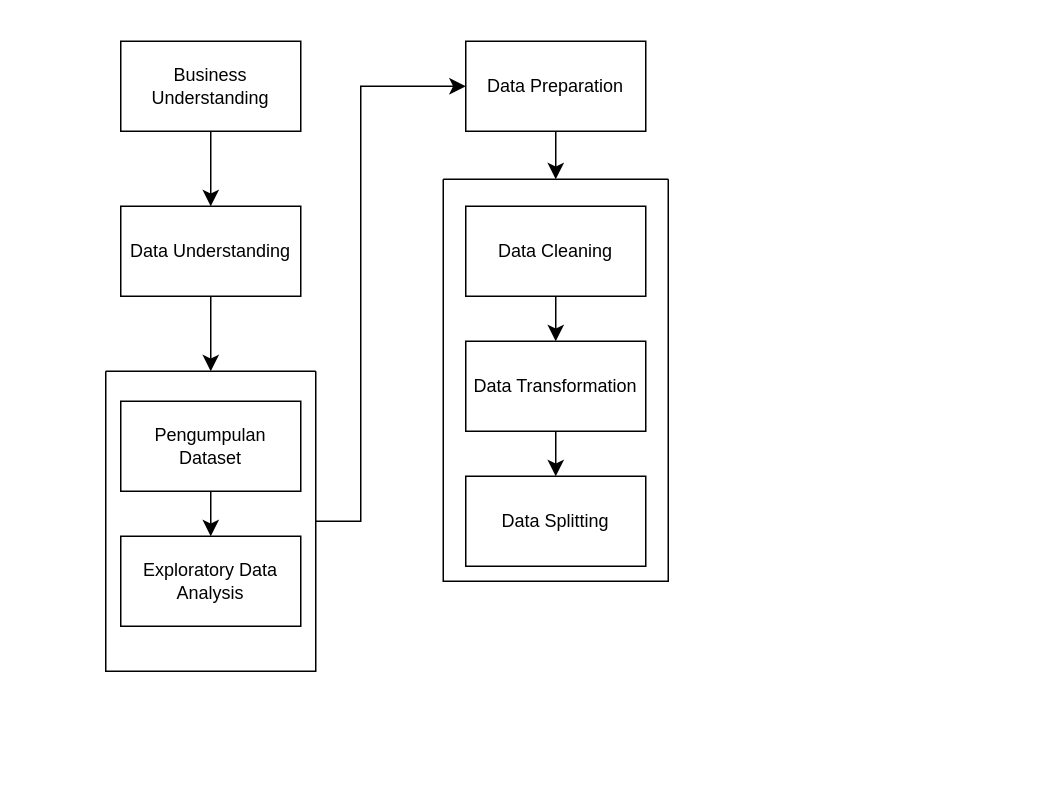
Above: Untitled Diagram.drawio in sleepygirlleen/Final-Project (draw.io), before the change. Source tidied: cells renumbered, new cells numbered last; positions are measured from the earlier drawing's top-left corner, leaving out a move shared by most shapes. Both pictures are drawn from the tidied source at 150%, with x=0, y=0 at pixel (105, 40).
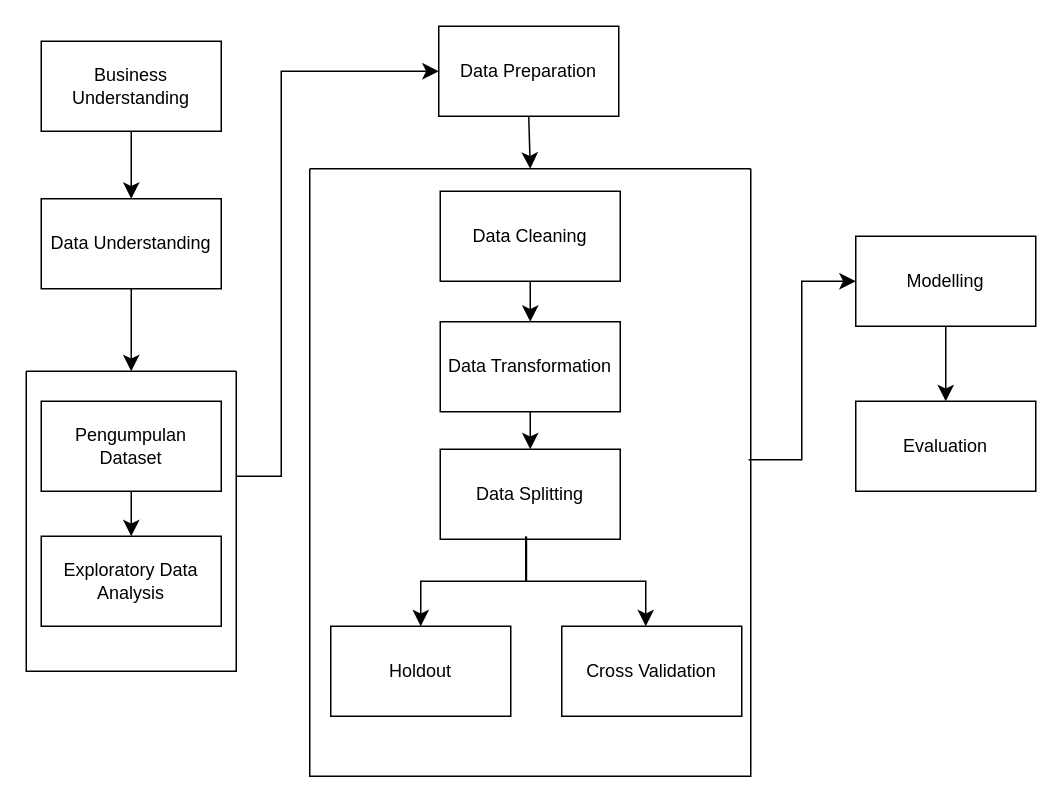
After the change.

The edit, as a diff of the source:
```diff
@@
     <mxCell id="3" value="Business Understanding" style="rounded=0;whiteSpace=wrap;html=1;" parent="1" vertex="1">
-      <mxGeometry x="10" width="120" height="60" as="geometry" />
+      <mxGeometry x="-43" width="120" height="60" as="geometry" />
     </mxCell>
@@
     <mxCell id="5" value="Data Understanding" style="rounded=0;whiteSpace=wrap;html=1;" parent="1" vertex="1">
-      <mxGeometry x="10" y="110" width="120" height="60" as="geometry" />
+      <mxGeometry x="-43" y="105" width="120" height="60" as="geometry" />
     </mxCell>
     <mxCell id="6" style="swimlane;startSize=0;" parent="1" vertex="1">
-      <mxGeometry y="220" width="140" height="200" as="geometry" />
+      <mxGeometry x="-53" y="220" width="140" height="200" as="geometry" />
     </mxCell>
@@
     <mxCell id="10" value="Data Preparation" style="rounded=0;whiteSpace=wrap;html=1;" parent="1" vertex="1">
-      <mxGeometry x="240" width="120" height="60" as="geometry" />
+      <mxGeometry x="222" y="-10" width="120" height="60" as="geometry" />
     </mxCell>
     <mxCell id="11" style="swimlane;startSize=0;" parent="1" vertex="1">
-      <mxGeometry x="225" y="92" width="150" height="268" as="geometry" />
+      <mxGeometry x="136" y="85" width="294" height="405" as="geometry" />
     </mxCell>
+    <mxCell id="19" value="Holdout" style="rounded=0;whiteSpace=wrap;html=1;" parent="11" vertex="1">
+      <mxGeometry x="14" y="305" width="120" height="60" as="geometry" />
+    </mxCell>
@@
     <mxCell id="13" value="Data Cleaning" style="rounded=0;whiteSpace=wrap;html=1;" parent="11" vertex="1">
-      <mxGeometry x="15" y="18" width="120" height="60" as="geometry" />
+      <mxGeometry x="87" y="15" width="120" height="60" as="geometry" />
     </mxCell>
@@
     <mxCell id="15" value="Data Transformation" style="rounded=0;whiteSpace=wrap;html=1;" parent="11" vertex="1">
-      <mxGeometry x="15" y="108" width="120" height="60" as="geometry" />
+      <mxGeometry x="87" y="102" width="120" height="60" as="geometry" />
     </mxCell>
     <mxCell id="16" value="Data Splitting" style="rounded=0;whiteSpace=wrap;html=1;" parent="11" vertex="1">
-      <mxGeometry x="15" y="198" width="120" height="60" as="geometry" />
+      <mxGeometry x="87" y="187" width="120" height="60" as="geometry" />
     </mxCell>
+    <mxCell id="20" value="Cross Validation" style="rounded=0;whiteSpace=wrap;html=1;" parent="11" vertex="1">
+      <mxGeometry x="168" y="305" width="120" height="60" as="geometry" />
+    </mxCell>
+    <mxCell id="21" style="edgeStyle=segmentEdgeStyle;endArrow=classic;html=1;curved=0;rounded=0;endSize=8;startSize=8;fontSize=12;entryX=0.5;entryY=0;entryDx=0;entryDy=0;" parent="11" edge="1" target="19">
+      <mxGeometry relative="1" as="geometry">
+        <mxPoint x="144" y="245" as="sourcePoint" />
+        <Array as="points">
+          <mxPoint x="144" y="275" />
+          <mxPoint x="74" y="275" />
+        </Array>
+      </mxGeometry>
+    </mxCell>
-    <mxCell id="17" style="edgeStyle=elbowEdgeStyle;elbow=horizontal;endArrow=classic;html=1;curved=0;rounded=0;endSize=8;startSize=8;fontSize=12;exitX=1;exitY=0.5;exitDx=0;exitDy=0;" parent="1" edge="1" source="6">
+    <mxCell id="17" style="edgeStyle=elbowEdgeStyle;elbow=horizontal;endArrow=classic;html=1;curved=0;rounded=0;endSize=8;startSize=8;fontSize=12;exitX=1;exitY=0.5;exitDx=0;exitDy=0;entryX=0;entryY=0.5;entryDx=0;entryDy=0;" parent="1" edge="1" target="10">
       <mxGeometry relative="1" as="geometry">
-        <mxPoint x="240" y="30" as="targetPoint" />
+        <mxPoint x="87" y="290" as="sourcePoint" />
         <Array as="points">
-          <mxPoint x="170" y="180" />
+          <mxPoint x="117" y="150" />
         </Array>
       </mxGeometry>
     </mxCell>
+    <mxCell id="22" style="edgeStyle=none;curved=1;rounded=0;jettySize=auto;html=1;fontSize=12;startSize=8;endSize=8;" parent="1" edge="1" source="23" target="25">
+      <mxGeometry relative="1" as="geometry" />
+    </mxCell>
+    <mxCell id="23" value="Modelling" style="rounded=0;whiteSpace=wrap;html=1;" parent="1" vertex="1">
+      <mxGeometry x="500" y="130" width="120" height="60" as="geometry" />
+    </mxCell>
+    <mxCell id="24" style="edgeStyle=elbowEdgeStyle;elbow=horizontal;endArrow=classic;html=1;curved=0;rounded=0;endSize=8;startSize=8;fontSize=12;entryX=0;entryY=0.5;entryDx=0;entryDy=0;exitX=0.995;exitY=0.479;exitDx=0;exitDy=0;exitPerimeter=0;" parent="1" edge="1" source="11" target="23">
+      <mxGeometry relative="1" as="geometry" />
+    </mxCell>
+    <mxCell id="25" value="Evaluation" style="rounded=0;whiteSpace=wrap;html=1;" parent="1" vertex="1">
+      <mxGeometry x="500" y="240" width="120" height="60" as="geometry" />
+    </mxCell>
-    <mxCell id="18" style="endArrow=classic;html=1;rounded=0;fontSize=12;startSize=8;endSize=8;curved=1;exitX=0.5;exitY=1;exitDx=0;exitDy=0;" parent="1" edge="1" source="10" target="11">
+    <mxCell id="18" style="endArrow=classic;html=1;rounded=0;fontSize=12;startSize=8;endSize=8;curved=1;exitX=0.5;exitY=1;exitDx=0;exitDy=0;entryX=0.5;entryY=0;entryDx=0;entryDy=0;" parent="1" edge="1" source="10" target="11">
       <mxGeometry relative="1" as="geometry" />
     </mxCell>
+    <mxCell id="26" style="edgeStyle=elbowEdgeStyle;elbow=vertical;endArrow=classic;html=1;curved=0;rounded=0;endSize=8;startSize=8;fontSize=12;exitX=0.479;exitY=0.971;exitDx=0;exitDy=0;exitPerimeter=0;" parent="1" edge="1" source="16">
+      <mxGeometry relative="1" as="geometry">
+        <mxPoint x="360" y="390" as="targetPoint" />
+      </mxGeometry>
+    </mxCell>
```
